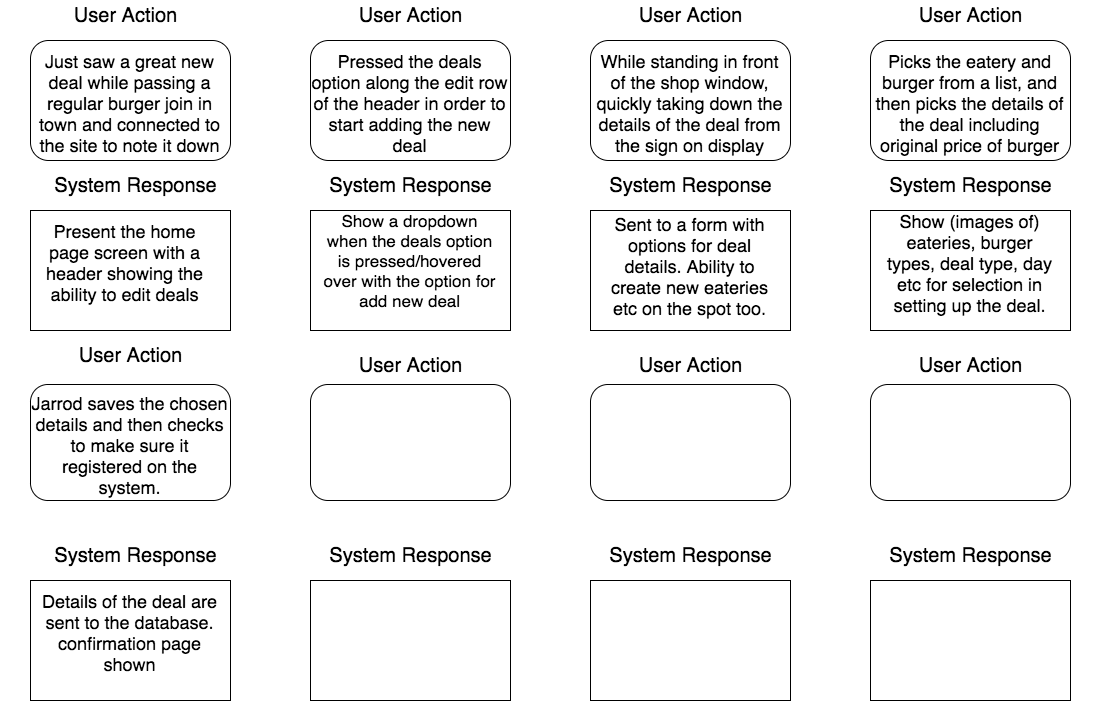
This is planning/user_journey_deal_seeker.png from dinhosang/cc_project_1_burger_deals, a draw.io export, as it was before one commit. Source tidied: cells renumbered, new cells last; positions are measured from the earlier drawing's top-left corner, leaving out a move shared by most shapes.
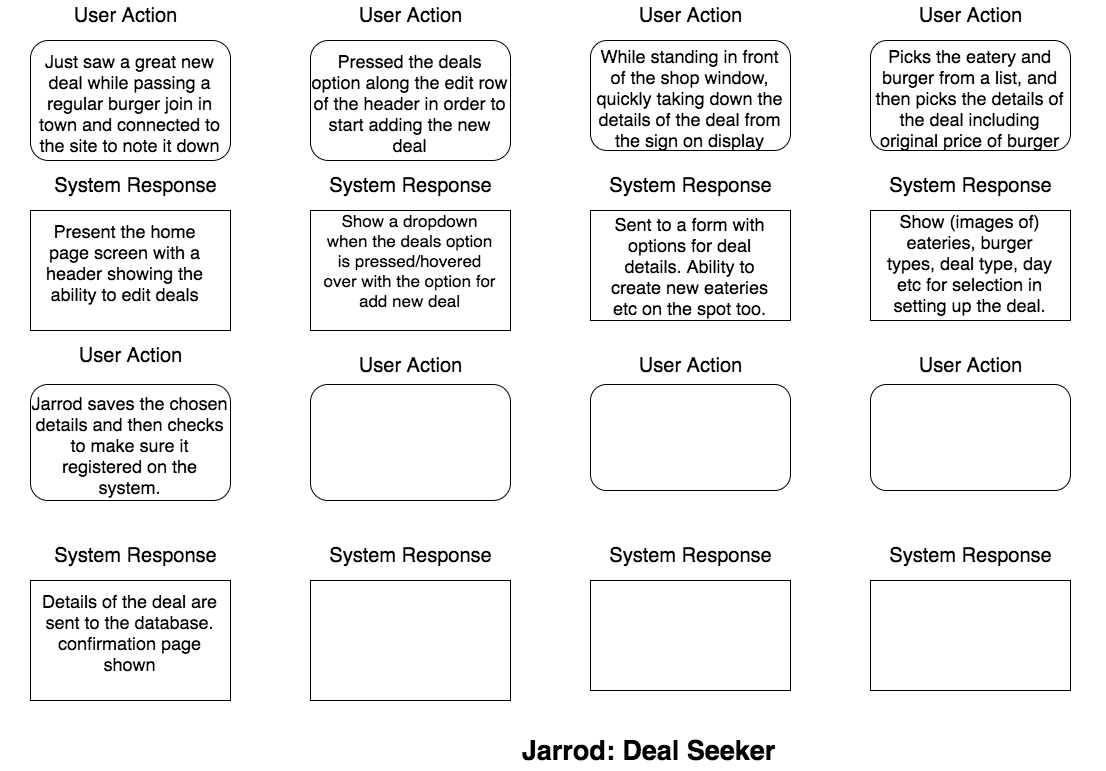
After the commit.

What changed in the source:
```diff
@@ -9,10 +9,10 @@
       <mxGeometry x="310" y="40" width="200" height="120" as="geometry" />
     </mxCell>
     <mxCell id="4" value="&lt;font style=&quot;font-size: 18px&quot;&gt;While standing in front of the shop window, quickly taking down the details of the deal from the sign on display&lt;/font&gt;" style="shape=ext;rounded=1;html=1;whiteSpace=wrap;" parent="1" vertex="1">
-      <mxGeometry x="590" y="40" width="200" height="120" as="geometry" />
+      <mxGeometry x="590" y="40" width="200" height="110" as="geometry" />
     </mxCell>
     <mxCell id="5" value="&lt;font style=&quot;font-size: 18px&quot;&gt;Picks the eatery and burger from a list, and then picks the details of the deal including original price of burger&lt;/font&gt;" style="shape=ext;rounded=1;html=1;whiteSpace=wrap;" parent="1" vertex="1">
-      <mxGeometry x="870" y="40" width="200" height="120" as="geometry" />
+      <mxGeometry x="870" y="40" width="200" height="110" as="geometry" />
     </mxCell>
     <mxCell id="6" value="&lt;font style=&quot;font-size: 18px&quot;&gt;Jarrod saves the chosen details and then checks to make sure it registered on the system.&lt;/font&gt;" style="shape=ext;rounded=1;html=1;whiteSpace=wrap;" parent="1" vertex="1">
       <mxGeometry x="30" y="384" width="200" height="116" as="geometry" />
@@ -21,19 +21,19 @@
       <mxGeometry x="310" y="384" width="200" height="116" as="geometry" />
     </mxCell>
     <mxCell id="8" style="shape=ext;rounded=1;html=1;whiteSpace=wrap;" parent="1" vertex="1">
-      <mxGeometry x="590" y="384" width="200" height="116" as="geometry" />
+      <mxGeometry x="590" y="384" width="200" height="106" as="geometry" />
     </mxCell>
     <mxCell id="9" style="shape=ext;rounded=1;html=1;whiteSpace=wrap;" parent="1" vertex="1">
-      <mxGeometry x="870" y="384" width="200" height="116" as="geometry" />
+      <mxGeometry x="870" y="384" width="200" height="106" as="geometry" />
     </mxCell>
     <mxCell id="10" style="rounded=0;whiteSpace=wrap;html=1;" parent="1" vertex="1">
       <mxGeometry x="30" y="210" width="200" height="120" as="geometry" />
     </mxCell>
     <mxCell id="11" style="rounded=0;whiteSpace=wrap;html=1;" parent="1" vertex="1">
-      <mxGeometry x="870" y="580" width="200" height="120" as="geometry" />
+      <mxGeometry x="870" y="580" width="200" height="110" as="geometry" />
     </mxCell>
     <mxCell id="12" style="rounded=0;whiteSpace=wrap;html=1;" parent="1" vertex="1">
-      <mxGeometry x="590" y="580" width="200" height="120" as="geometry" />
+      <mxGeometry x="590" y="580" width="200" height="110" as="geometry" />
     </mxCell>
     <mxCell id="13" style="rounded=0;whiteSpace=wrap;html=1;" parent="1" vertex="1">
       <mxGeometry x="310" y="580" width="200" height="120" as="geometry" />
@@ -42,10 +42,10 @@
       <mxGeometry x="30" y="580" width="200" height="120" as="geometry" />
     </mxCell>
     <mxCell id="15" style="rounded=0;whiteSpace=wrap;html=1;" parent="1" vertex="1">
-      <mxGeometry x="870" y="210" width="200" height="120" as="geometry" />
+      <mxGeometry x="870" y="210" width="200" height="110" as="geometry" />
     </mxCell>
     <mxCell id="16" style="rounded=0;whiteSpace=wrap;html=1;" parent="1" vertex="1">
-      <mxGeometry x="590" y="210" width="200" height="120" as="geometry" />
+      <mxGeometry x="590" y="210" width="200" height="110" as="geometry" />
     </mxCell>
     <mxCell id="17" style="rounded=0;whiteSpace=wrap;html=1;" parent="1" vertex="1">
       <mxGeometry x="310" y="210" width="200" height="120" as="geometry" />
@@ -113,5 +113,8 @@
     <mxCell id="38" value="&lt;font style=&quot;font-size: 20px&quot;&gt;User Action&lt;/font&gt;" style="text;html=1;strokeColor=none;fillColor=none;align=center;verticalAlign=middle;whiteSpace=wrap;rounded=0;" parent="1" vertex="1">
       <mxGeometry x="595" width="190" height="30" as="geometry" />
     </mxCell>
+    <mxCell id="39" value="&lt;b&gt;&lt;font style=&quot;font-size: 27px&quot;&gt;Jarrod: Deal Seeker&lt;/font&gt;&lt;/b&gt;" style="text;html=1;strokeColor=none;fillColor=none;align=center;verticalAlign=middle;whiteSpace=wrap;rounded=0;" parent="1" vertex="1">
+      <mxGeometry x="235" y="730" width="825" height="40" as="geometry" />
+    </mxCell>
   </root>
 </mxGraphModel>
```
